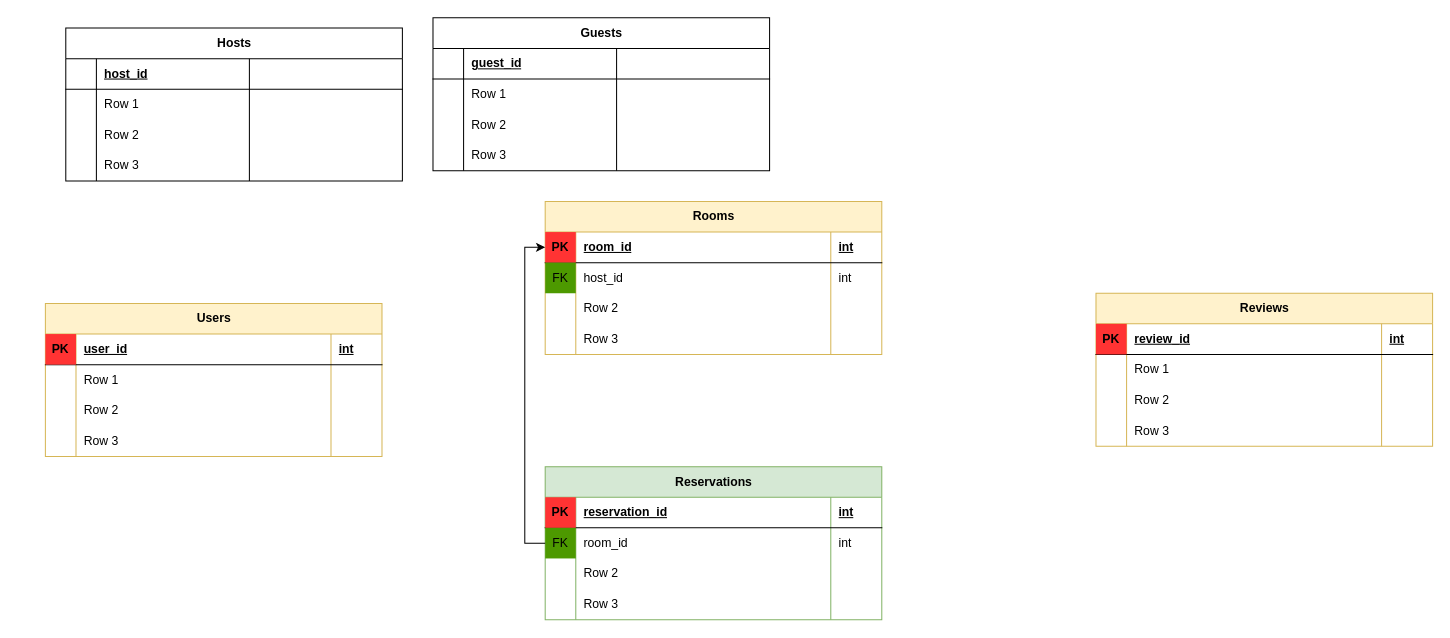
Earlier version of the draw.io diagram airbnb_diagram.drawio (Olha-Zhernosek/projector_homeworks). Source tidied: cells renumbered, new cells numbered last; positions are measured from the earlier drawing's top-left corner, leaving out a move shared by most shapes. Both pictures are drawn from the tidied source at 102%, with x=0, y=0 at pixel (45, 17).
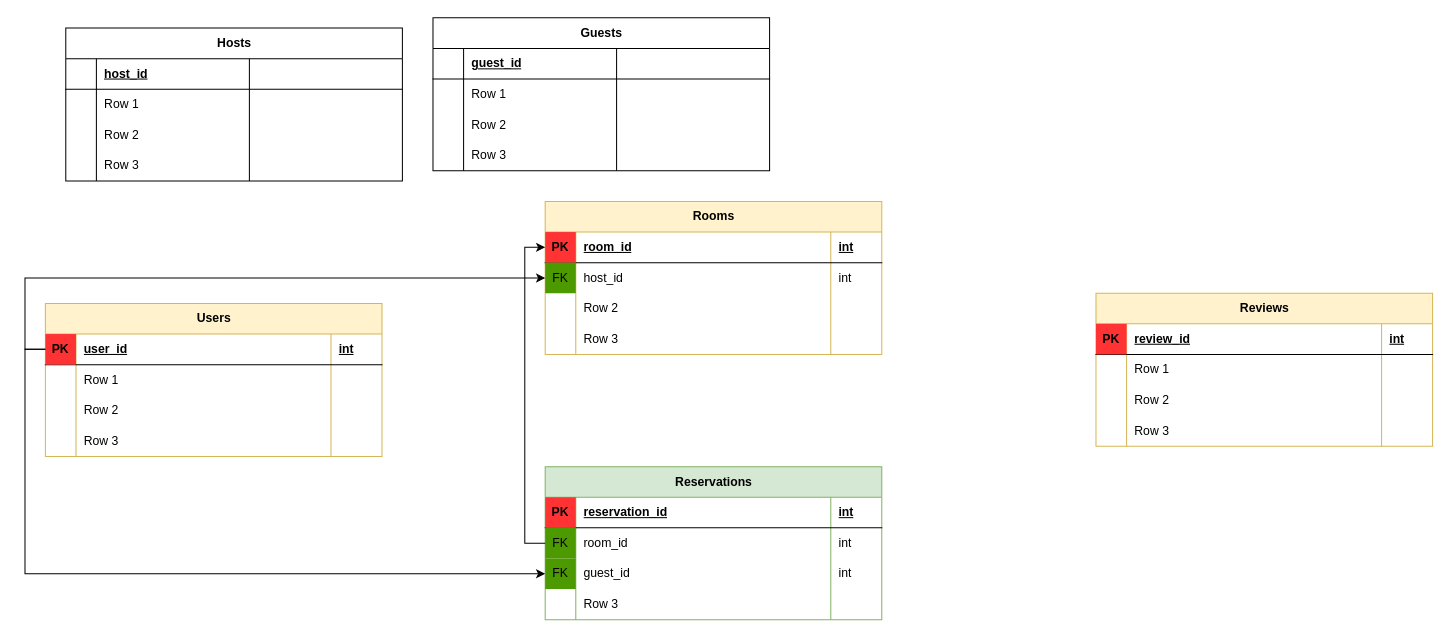
After the change.

The change refers to these unchanged cells:
```xml
<mxCell id="3" style="shape=tableRow;horizontal=0;startSize=0;swimlaneHead=0;swimlaneBody=0;fillColor=none;points=[[0,0.5],[1,0.5]];portConstraint=eastwest;top=0;left=0;right=0;bottom=1;" parent="2" vertex="1">
  <mxGeometry y="30" width="330" height="30" as="geometry" />
</mxCell>
<mxCell id="45" style="shape=tableRow;horizontal=0;startSize=0;swimlaneHead=0;swimlaneBody=0;fillColor=none;points=[[0,0.5],[1,0.5]];portConstraint=eastwest;top=0;left=0;right=0;bottom=0;" parent="36" vertex="1">
  <mxGeometry y="90" width="330" height="30" as="geometry" />
</mxCell>
<mxCell id="58" style="shape=tableRow;horizontal=0;startSize=0;swimlaneHead=0;swimlaneBody=0;fillColor=none;points=[[0,0.5],[1,0.5]];portConstraint=eastwest;top=0;left=0;right=0;bottom=0;" parent="53" vertex="1">
  <mxGeometry y="60" width="330" height="30" as="geometry" />
</mxCell>
```

What changed in the source:
```diff
@@
-    <mxCell id="46" style="shape=partialRectangle;fillColor=none;top=0;left=0;bottom=0;right=0;overflow=hidden;whiteSpace=wrap;html=1;" parent="45" vertex="1">
+    <mxCell id="46" value="FK" style="shape=partialRectangle;fillColor=#4D9900;top=0;left=0;bottom=0;right=0;overflow=hidden;whiteSpace=wrap;html=1;" parent="45" vertex="1">
       <mxGeometry width="30" height="30" as="geometry" />
     </mxCell>
-    <mxCell id="47" value="Row 2" style="shape=partialRectangle;fillColor=none;top=0;left=0;bottom=0;right=0;align=left;spacingLeft=6;overflow=hidden;whiteSpace=wrap;html=1;" parent="45" vertex="1">
+    <mxCell id="47" value="guest_id" style="shape=partialRectangle;fillColor=none;top=0;left=0;bottom=0;right=0;align=left;spacingLeft=6;overflow=hidden;whiteSpace=wrap;html=1;" parent="45" vertex="1">
       <mxGeometry x="30" width="250" height="30" as="geometry" />
     </mxCell>
-    <mxCell id="48" style="shape=partialRectangle;fillColor=none;top=0;left=0;bottom=0;right=0;align=left;spacingLeft=6;overflow=hidden;whiteSpace=wrap;html=1;" parent="45" vertex="1">
+    <mxCell id="48" value="int" style="shape=partialRectangle;fillColor=none;top=0;left=0;bottom=0;right=0;align=left;spacingLeft=6;overflow=hidden;whiteSpace=wrap;html=1;" parent="45" vertex="1">
       <mxGeometry x="280" width="50" height="30" as="geometry" />
     </mxCell>
@@
+    <mxCell id="105" style="edgeStyle=orthogonalEdgeStyle;rounded=0;jettySize=auto;html=1;exitX=0;exitY=0.5;exitDx=0;exitDy=0;entryX=0;entryY=0.5;entryDx=0;entryDy=0;" parent="1" edge="1" source="3" target="58">
+      <mxGeometry relative="1" as="geometry" />
+    </mxCell>
+    <mxCell id="106" style="edgeStyle=orthogonalEdgeStyle;rounded=0;jettySize=auto;html=1;exitX=0;exitY=0.5;exitDx=0;exitDy=0;entryX=0;entryY=0.5;entryDx=0;entryDy=0;" parent="1" edge="1" source="3" target="45">
+      <mxGeometry relative="1" as="geometry" />
+    </mxCell>
```
